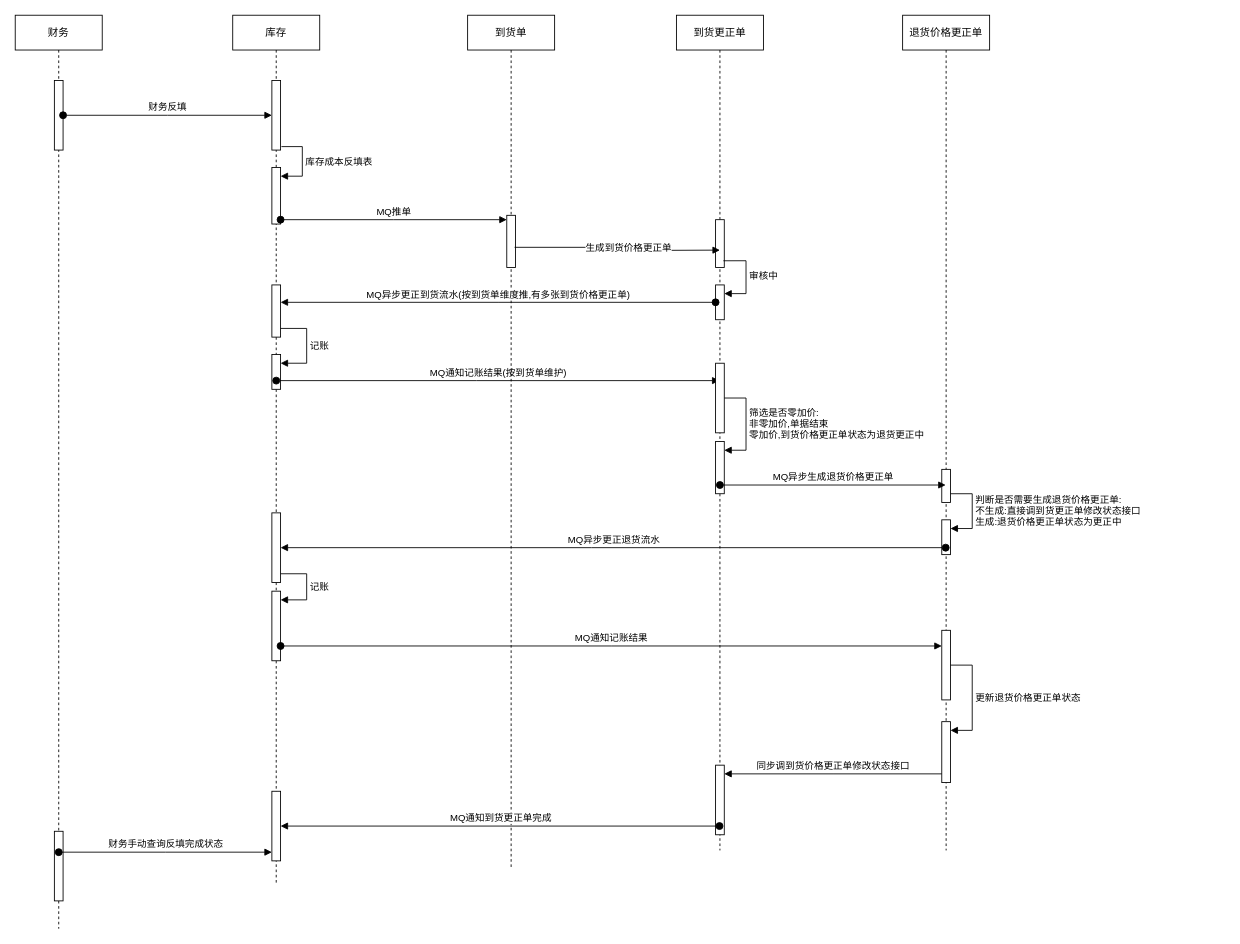
This is 退货价格更正.drawio from fengj1202/draw, a draw.io file, before an edit. Source tidied: cells renumbered, new cells numbered last; positions are measured from the earlier drawing's top-left corner, leaving out a move shared by most shapes. Both pictures are drawn from the tidied source at 87%, with x=0, y=0 at pixel (15, 15).
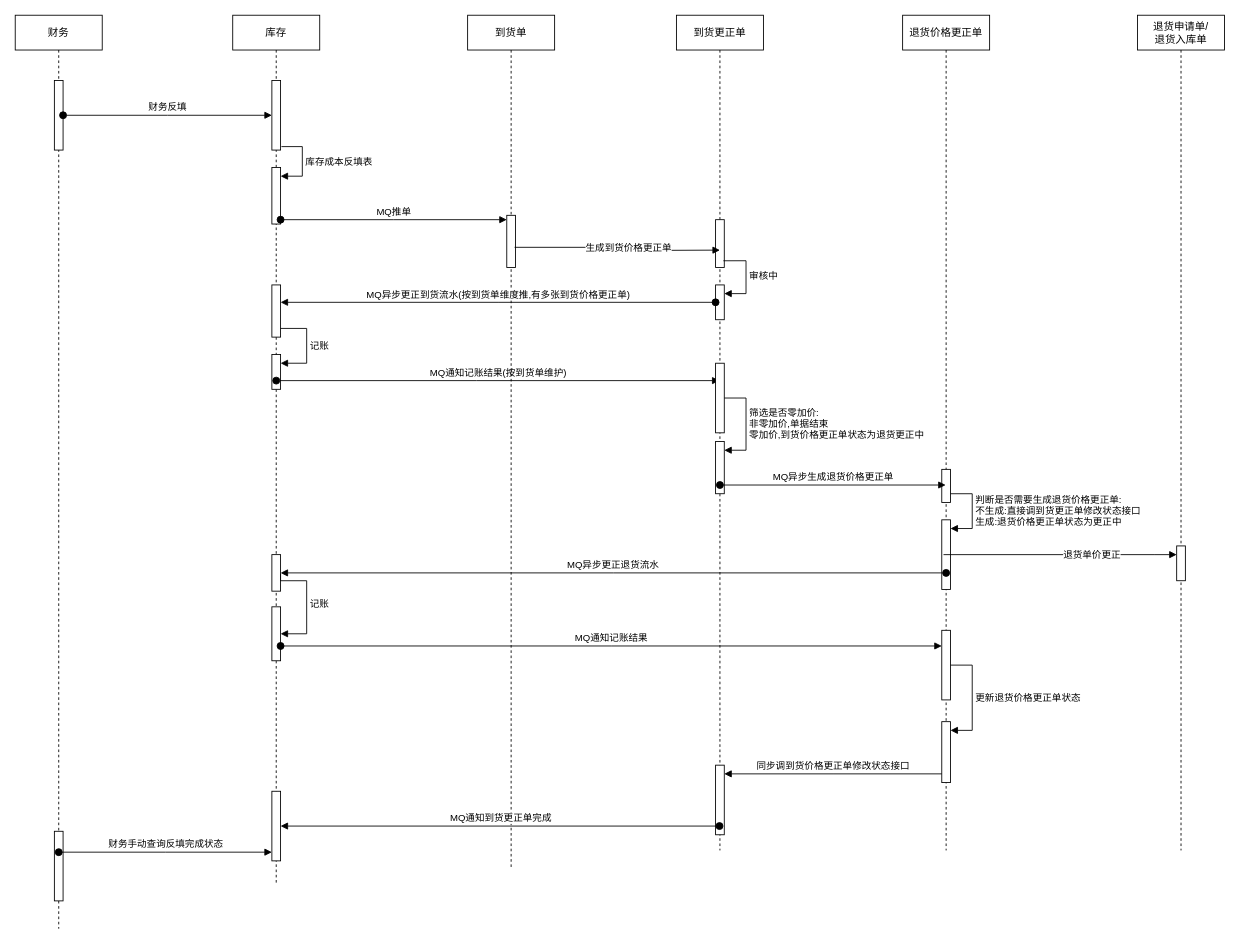
After the change.

Commit message:
更新退货价格更正.drawio

The change refers to these unchanged cells:
```xml
<mxCell id="6" value="库存" style="shape=umlLifeline;perimeter=lifelinePerimeter;whiteSpace=wrap;html=1;" parent="1" vertex="1">
  <mxGeometry x="250" width="100" height="1000" as="geometry" />
</mxCell>
<mxCell id="25" value="退货价格更正单" style="shape=umlLifeline;perimeter=lifelinePerimeter;whiteSpace=wrap;html=1;outlineConnect=0;" parent="1" vertex="1">
  <mxGeometry x="1020" width="100" height="960" as="geometry" />
</mxCell>
```

Diff of the diagram source:
```diff
@@
+    <mxCell id="36" style="html=1;points=[];perimeter=orthogonalPerimeter;outlineConnect=0;targetShapes=umlLifeline;portConstraint=eastwest;newEdgeStyle={&quot;edgeStyle&quot;:&quot;elbowEdgeStyle&quot;,&quot;elbow&quot;:&quot;vertical&quot;,&quot;curved&quot;:0,&quot;rounded&quot;:0};" parent="6" vertex="1">
+      <mxGeometry x="45" y="620" width="10" height="42" as="geometry" />
+    </mxCell>
@@
     <mxCell id="30" style="html=1;points=[];perimeter=orthogonalPerimeter;outlineConnect=0;targetShapes=umlLifeline;portConstraint=eastwest;newEdgeStyle={&quot;edgeStyle&quot;:&quot;elbowEdgeStyle&quot;,&quot;elbow&quot;:&quot;vertical&quot;,&quot;curved&quot;:0,&quot;rounded&quot;:0};" parent="25" vertex="1">
-      <mxGeometry x="45" y="580" width="10" height="40" as="geometry" />
+      <mxGeometry x="45" y="580" width="10" height="80" as="geometry" />
     </mxCell>
@@
-    <mxCell id="36" style="html=1;points=[];perimeter=orthogonalPerimeter;outlineConnect=0;targetShapes=umlLifeline;portConstraint=eastwest;newEdgeStyle={&quot;edgeStyle&quot;:&quot;elbowEdgeStyle&quot;,&quot;elbow&quot;:&quot;vertical&quot;,&quot;curved&quot;:0,&quot;rounded&quot;:0};" parent="1" vertex="1">
-      <mxGeometry x="295" y="572" width="10" height="80" as="geometry" />
-    </mxCell>
-    <mxCell id="37" value="MQ异步更正退货流水" style="html=1;verticalAlign=bottom;startArrow=oval;startFill=1;endArrow=block;startSize=8;edgeStyle=elbowEdgeStyle;elbow=vertical;curved=0;rounded=0;" parent="1" edge="1" source="25" target="36">
-      <mxGeometry relative="1" as="geometry" />
+    <mxCell id="37" value="MQ异步更正退货流水" style="html=1;verticalAlign=bottom;startArrow=oval;startFill=1;endArrow=block;startSize=8;edgeStyle=elbowEdgeStyle;elbow=vertical;curved=0;rounded=0;" parent="1" edge="1" target="36">
+      <mxGeometry relative="1" as="geometry">
+        <mxPoint x="1070" y="641" as="sourcePoint" />
+      </mxGeometry>
     </mxCell>
     <mxCell id="38" style="html=1;points=[];perimeter=orthogonalPerimeter;outlineConnect=0;targetShapes=umlLifeline;portConstraint=eastwest;newEdgeStyle={&quot;edgeStyle&quot;:&quot;elbowEdgeStyle&quot;,&quot;elbow&quot;:&quot;vertical&quot;,&quot;curved&quot;:0,&quot;rounded&quot;:0};" parent="1" vertex="1">
-      <mxGeometry x="295" y="662" width="10" height="80" as="geometry" />
+      <mxGeometry x="295" y="680" width="10" height="62" as="geometry" />
     </mxCell>
     <mxCell id="39" value="记账" style="html=1;align=left;spacingLeft=2;endArrow=block;rounded=0;edgeStyle=orthogonalEdgeStyle;curved=0;rounded=0;" parent="1" edge="1" target="38">
       <mxGeometry relative="1" as="geometry">
         <mxPoint x="305" y="642" as="sourcePoint" />
         <Array as="points">
-          <mxPoint x="335" y="672" />
+          <mxPoint x="305" y="650" />
+          <mxPoint x="335" y="650" />
+          <mxPoint x="335" y="711" />
         </Array>
       </mxGeometry>
     </mxCell>
@@
+    <mxCell id="44" value="退货申请单/&lt;br&gt;退货入库单" style="shape=umlLifeline;perimeter=lifelinePerimeter;whiteSpace=wrap;html=1;" parent="1" vertex="1">
+      <mxGeometry x="1290" width="100" height="960" as="geometry" />
+    </mxCell>
+    <mxCell id="45" style="html=1;points=[];perimeter=orthogonalPerimeter;outlineConnect=0;targetShapes=umlLifeline;portConstraint=eastwest;newEdgeStyle={&quot;edgeStyle&quot;:&quot;elbowEdgeStyle&quot;,&quot;elbow&quot;:&quot;vertical&quot;,&quot;curved&quot;:0,&quot;rounded&quot;:0};" parent="44" vertex="1">
+      <mxGeometry x="45" y="610" width="10" height="40" as="geometry" />
+    </mxCell>
+    <mxCell id="46" value="退货单价更正" style="html=1;align=left;spacingLeft=2;endArrow=block;rounded=0;edgeStyle=orthogonalEdgeStyle;curved=0;rounded=0;exitX=0.2;exitY=0.5;exitDx=0;exitDy=0;exitPerimeter=0;" parent="1" edge="1" source="30" target="45">
+      <mxGeometry relative="1" as="geometry">
+        <Array as="points">
+          <mxPoint x="1310" y="620" />
+          <mxPoint x="1310" y="620" />
+        </Array>
+      </mxGeometry>
+    </mxCell>
```
